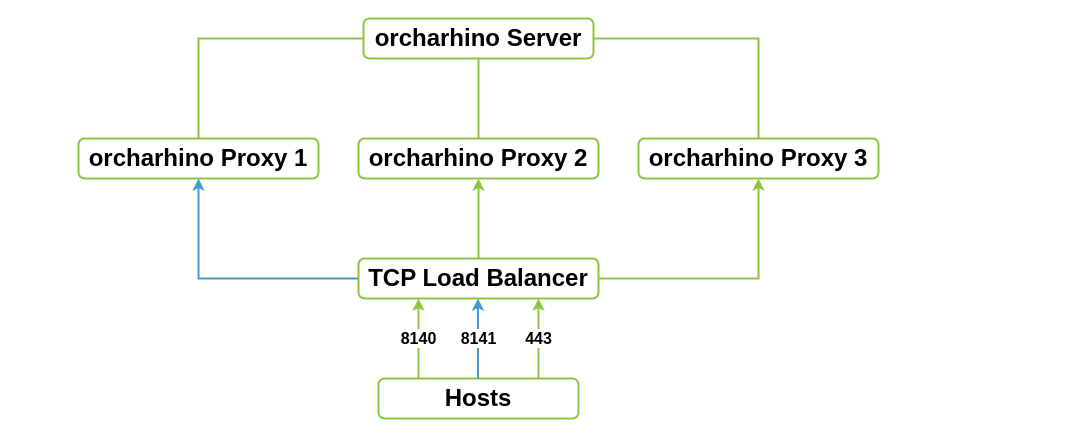
Earlier version of the draw.io diagram guides/image-sources/load-balancing-architecture.drawio (theforeman/foreman-documentation). Source tidied: cells renumbered, new cells numbered last; positions are measured from the earlier drawing's top-left corner, leaving out a move shared by most shapes. Both pictures are drawn from the tidied source at 100%, with x=0, y=0 at pixel (78, 18).
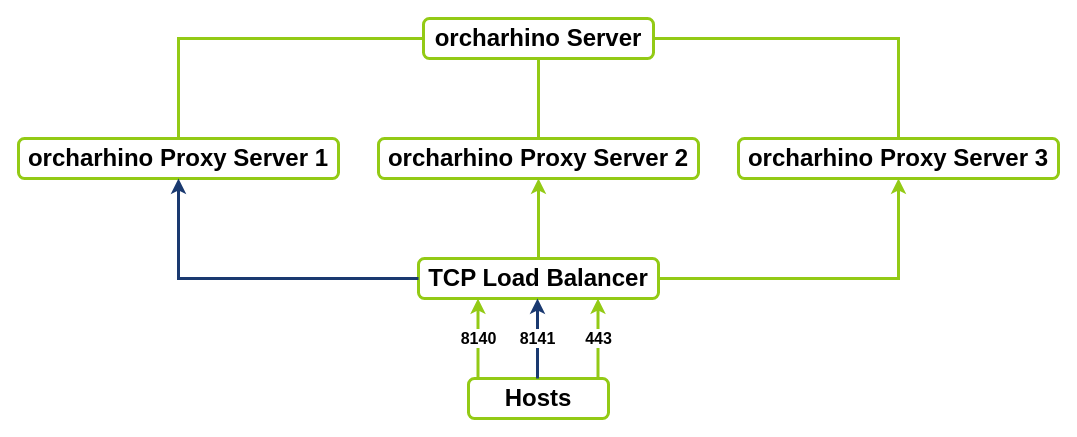
The same page after the edit.

Commit message (it also covers changes not shown here):
Make green greener and blue bluer for orcharhino

Change to the diagram source:
```diff
@@
-    <mxCell id="2" value="orcharhino Server" style="rounded=1;whiteSpace=wrap;html=1;strokeWidth=2;strokeColor=#8dc63f;fontSize=24;fontStyle=1;fontColor=#000000;" parent="1" vertex="1">
-      <mxGeometry x="285" width="230" height="40" as="geometry" />
+    <mxCell id="2" value="orcharhino Server" style="rounded=1;whiteSpace=wrap;html=1;strokeWidth=3;strokeColor=#93CA15;fontSize=24;fontStyle=1;fontColor=#000000;" parent="1" vertex="1">
+      <mxGeometry x="345" width="230" height="40" as="geometry" />
     </mxCell>
-    <mxCell id="3" value="orcharhino Proxy 3" style="rounded=1;whiteSpace=wrap;html=1;strokeWidth=2;strokeColor=#8dc63f;fontSize=24;fontStyle=1;fontColor=#000000;" parent="1" vertex="1">
-      <mxGeometry x="560" y="120" width="240" height="40" as="geometry" />
+    <mxCell id="3" value="orcharhino Proxy Server 3" style="rounded=1;whiteSpace=wrap;html=1;strokeWidth=3;strokeColor=#93CA15;fontSize=24;fontStyle=1;fontColor=#000000;" parent="1" vertex="1">
+      <mxGeometry x="660" y="120" width="320" height="40" as="geometry" />
     </mxCell>
-    <mxCell id="4" value="orcharhino Proxy 2" style="rounded=1;whiteSpace=wrap;html=1;strokeWidth=2;strokeColor=#8dc63f;fontSize=24;fontStyle=1;fontColor=#000000;" parent="1" vertex="1">
-      <mxGeometry x="280" y="120" width="240" height="40" as="geometry" />
+    <mxCell id="4" value="orcharhino Proxy Server 2" style="rounded=1;whiteSpace=wrap;html=1;strokeWidth=3;strokeColor=#93CA15;fontSize=24;fontStyle=1;fontColor=#000000;" parent="1" vertex="1">
+      <mxGeometry x="300" y="120" width="320" height="40" as="geometry" />
     </mxCell>
-    <mxCell id="5" value="orcharhino Proxy 1" style="rounded=1;whiteSpace=wrap;html=1;strokeWidth=2;strokeColor=#8dc63f;fontSize=24;fontStyle=1;fontColor=#000000;" parent="1" vertex="1">
-      <mxGeometry y="120" width="240" height="40" as="geometry" />
+    <mxCell id="5" value="orcharhino Proxy Server 1" style="rounded=1;whiteSpace=wrap;html=1;strokeWidth=3;strokeColor=#93CA15;fontSize=24;fontStyle=1;fontColor=#000000;" parent="1" vertex="1">
+      <mxGeometry x="-60" y="120" width="320" height="40" as="geometry" />
     </mxCell>
-    <mxCell id="6" style="endArrow=none;html=1;rounded=0;strokeWidth=2;strokeColor=#8dc63f;fontColor=#000000;" parent="1" edge="1" source="2" target="5">
+    <mxCell id="6" style="endArrow=none;html=1;rounded=0;strokeWidth=3;strokeColor=#93CA15;fontColor=#000000;" parent="1" edge="1" source="2" target="5">
       <mxGeometry relative="1" as="geometry">
         <Array as="points">
-          <mxPoint x="120" y="20" />
+          <mxPoint x="100" y="20" />
         </Array>
       </mxGeometry>
     </mxCell>
-    <mxCell id="7" style="endArrow=none;html=1;rounded=0;strokeWidth=2;strokeColor=#8dc63f;fontColor=#000000;" parent="1" edge="1" source="2" target="4">
+    <mxCell id="7" style="endArrow=none;html=1;rounded=0;strokeWidth=3;strokeColor=#93CA15;fontColor=#000000;" parent="1" edge="1" source="2" target="4">
       <mxGeometry relative="1" as="geometry" />
     </mxCell>
-    <mxCell id="8" style="endArrow=none;html=1;rounded=0;strokeWidth=2;strokeColor=#8dc63f;fontColor=#000000;" parent="1" edge="1" source="2" target="3">
+    <mxCell id="8" style="endArrow=none;html=1;rounded=0;strokeWidth=3;strokeColor=#93CA15;fontColor=#000000;" parent="1" edge="1" source="2" target="3">
       <mxGeometry relative="1" as="geometry">
         <Array as="points">
-          <mxPoint x="680" y="20" />
+          <mxPoint x="820" y="20" />
         </Array>
       </mxGeometry>
     </mxCell>
-    <mxCell id="9" value="TCP Load Balancer" style="rounded=1;whiteSpace=wrap;html=1;strokeWidth=2;strokeColor=#8dc63f;fontSize=24;fontStyle=1;fontColor=#000000;" parent="1" vertex="1">
-      <mxGeometry x="280" y="240" width="240" height="40" as="geometry" />
+    <mxCell id="9" value="TCP Load Balancer" style="rounded=1;whiteSpace=wrap;html=1;strokeWidth=3;strokeColor=#93CA15;fontSize=24;fontStyle=1;fontColor=#000000;" parent="1" vertex="1">
+      <mxGeometry x="340" y="240" width="240" height="40" as="geometry" />
     </mxCell>
-    <mxCell id="10" value="Hosts" style="rounded=1;whiteSpace=wrap;html=1;strokeWidth=2;strokeColor=#8dc63f;fontSize=24;fontStyle=1;fontColor=#000000;" parent="1" vertex="1">
-      <mxGeometry x="300" y="360" width="200" height="40" as="geometry" />
+    <mxCell id="10" value="Hosts" style="rounded=1;whiteSpace=wrap;html=1;strokeWidth=3;strokeColor=#93CA15;fontSize=24;fontStyle=1;fontColor=#000000;" parent="1" vertex="1">
+      <mxGeometry x="390" y="360" width="140" height="40" as="geometry" />
     </mxCell>
-    <mxCell id="11" style="endArrow=classic;html=1;rounded=0;strokeWidth=2;strokeColor=#8dc63f;fontColor=#000000;" parent="1" edge="1" source="9" target="4">
+    <mxCell id="11" style="endArrow=classic;html=1;rounded=0;strokeWidth=3;strokeColor=#93CA15;fontColor=#000000;" parent="1" edge="1" source="9" target="4">
       <mxGeometry relative="1" as="geometry" />
     </mxCell>
-    <mxCell id="12" style="endArrow=classic;html=1;rounded=0;strokeWidth=2;strokeColor=#439bd6;fontColor=#000000;" parent="1" edge="1" source="9" target="5">
+    <mxCell id="12" style="endArrow=classic;html=1;rounded=0;strokeWidth=3;strokeColor=#1A3970;fontColor=#000000;" parent="1" edge="1" source="9" target="5">
       <mxGeometry relative="1" as="geometry">
         <Array as="points">
-          <mxPoint x="120" y="260" />
+          <mxPoint x="100" y="260" />
         </Array>
       </mxGeometry>
     </mxCell>
-    <mxCell id="13" value="8140" style="endArrow=classic;html=1;rounded=0;strokeWidth=2;strokeColor=#8dc63f;fontSize=16;fontColor=#000000;fontStyle=1;" parent="1" edge="1">
+    <mxCell id="13" value="8140" style="endArrow=classic;html=1;rounded=0;strokeWidth=3;strokeColor=#93CA15;fontSize=16;fontColor=#000000;fontStyle=1;" parent="1" edge="1">
       <mxGeometry relative="1" as="geometry">
-        <mxPoint x="340" y="360" as="sourcePoint" />
-        <mxPoint x="340" y="280" as="targetPoint" />
+        <mxPoint x="399.5" y="360" as="sourcePoint" />
+        <mxPoint x="399.5" y="280" as="targetPoint" />
       </mxGeometry>
     </mxCell>
-    <mxCell id="14" value="8141" style="endArrow=classic;html=1;rounded=0;strokeWidth=2;strokeColor=#439bd6;fontSize=16;fontColor=#000000;fontStyle=1;" parent="1" edge="1">
+    <mxCell id="14" value="8141" style="endArrow=classic;html=1;rounded=0;strokeWidth=3;strokeColor=#1A3970;fontSize=16;fontColor=#000000;fontStyle=1;" parent="1" edge="1">
       <mxGeometry relative="1" as="geometry">
-        <mxPoint x="399.5" y="360" as="sourcePoint" />
-        <mxPoint x="399.5" y="280" as="targetPoint" />
+        <mxPoint x="459" y="360" as="sourcePoint" />
+        <mxPoint x="459" y="280" as="targetPoint" />
       </mxGeometry>
     </mxCell>
-    <mxCell id="15" value="443" style="endArrow=classic;html=1;rounded=0;strokeWidth=2;strokeColor=#8dc63f;fontSize=16;fontColor=#000000;fontStyle=1;" parent="1" edge="1">
+    <mxCell id="15" value="443" style="endArrow=classic;html=1;rounded=0;strokeWidth=3;strokeColor=#93CA15;fontSize=16;fontColor=#000000;fontStyle=1;" parent="1" edge="1">
       <mxGeometry relative="1" as="geometry">
-        <mxPoint x="460" y="360" as="sourcePoint" />
-        <mxPoint x="460" y="280" as="targetPoint" />
+        <mxPoint x="519.5" y="360" as="sourcePoint" />
+        <mxPoint x="519.5" y="280" as="targetPoint" />
       </mxGeometry>
     </mxCell>
-    <mxCell id="16" style="endArrow=classic;html=1;rounded=0;strokeWidth=2;strokeColor=#8dc63f;fontColor=#000000;" parent="1" edge="1" source="9" target="3">
+    <mxCell id="16" style="endArrow=classic;html=1;rounded=0;strokeWidth=3;strokeColor=#93CA15;fontColor=#000000;" parent="1" edge="1" source="9" target="3">
       <mxGeometry relative="1" as="geometry">
         <Array as="points">
-          <mxPoint x="680" y="260" />
+          <mxPoint x="820" y="260" />
         </Array>
       </mxGeometry>
     </mxCell>
```
